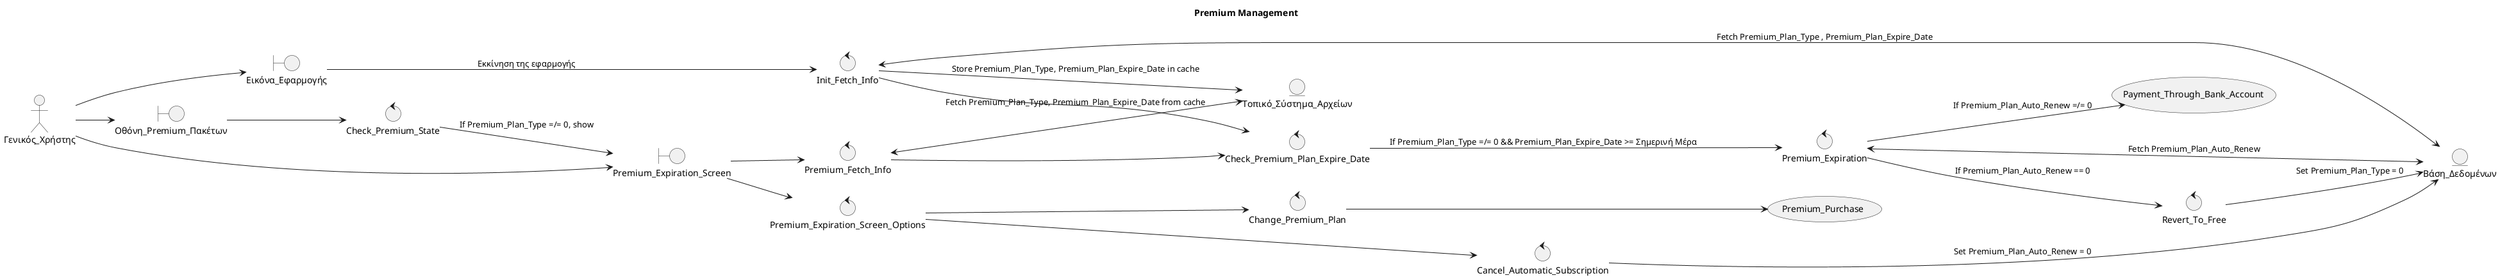
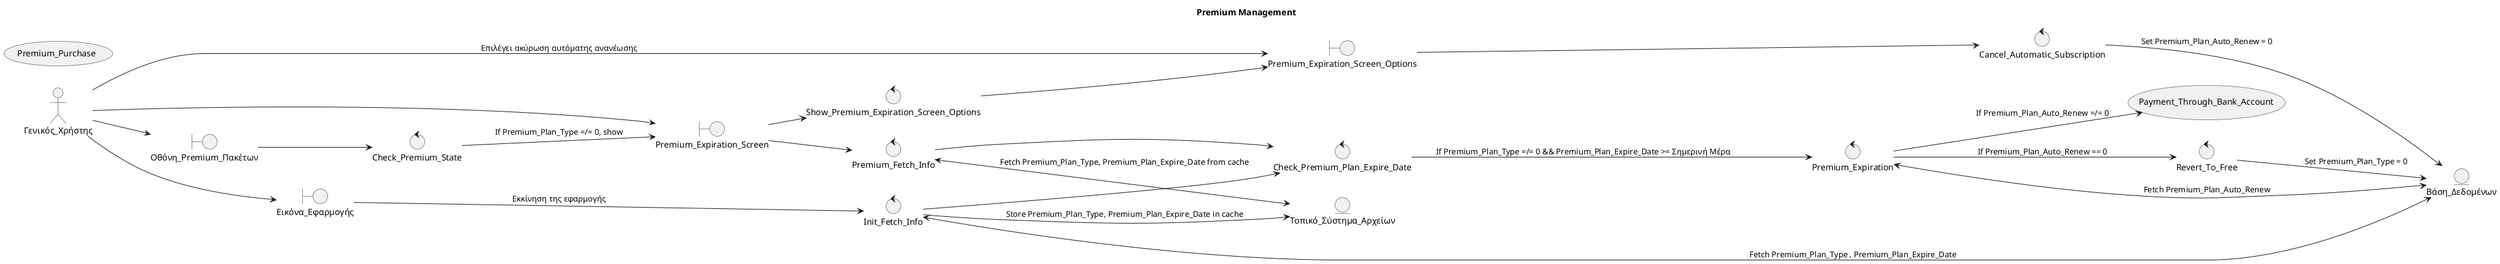
@startuml name

title Premium Management

left to right direction

skinparam shadowing false
skinparam roundcorner 10

' =====================================================
' ACTORS
' =====================================================

actor Γενικός_Χρήστης

' =====================================================
' BOUNDARY OBJECTS
' =====================================================

boundary Οθόνη_Premium_Πακέτων
boundary Premium_Expiration_Screen
boundary Εικόνα_Εφαρμογής
+ boundary Premium_Expiration_Screen_Options

' =====================================================
' CONTROL OBJECTS
' =====================================================

control Premium_Expiration
control Check_Premium_State
- control Premium_Expiration_Screen_Options
+ control Show_Premium_Expiration_Screen_Options
control Cancel_Automatic_Subscription
- control Change_Premium_Plan
control Check_Premium_Plan_Expire_Date
control Revert_To_Free
control Init_Fetch_Info
control Premium_Fetch_Info

' =====================================================
' ENTITY OBJECTS
' =====================================================

entity Βάση_Δεδομένων
entity Τοπικό_Σύστημα_Αρχείων

' =====================================================
' USE CASES
' =====================================================

usecase Payment_Through_Bank_Account
usecase Premium_Purchase

' =====================================================
' INTERACTIONS
' =====================================================

Γενικός_Χρήστης --> Οθόνη_Premium_Πακέτων
Οθόνη_Premium_Πακέτων --> Check_Premium_State
Check_Premium_State --> Premium_Expiration_Screen : If Premium_Plan_Type =/= 0, show
Γενικός_Χρήστης --> Premium_Expiration_Screen
Premium_Expiration_Screen --> Premium_Fetch_Info
Premium_Fetch_Info <--> Τοπικό_Σύστημα_Αρχείων: Fetch Premium_Plan_Type, Premium_Plan_Expire_Date from cache
Premium_Fetch_Info --> Check_Premium_Plan_Expire_Date
- Premium_Expiration_Screen --> Premium_Expiration_Screen_Options
+ Premium_Expiration_Screen --> Show_Premium_Expiration_Screen_Options
+ Show_Premium_Expiration_Screen_Options --> Premium_Expiration_Screen_Options
+ Γενικός_Χρήστης --> Premium_Expiration_Screen_Options : Επιλέγει ακύρωση αυτόματης ανανέωσης
Premium_Expiration_Screen_Options --> Cancel_Automatic_Subscription
Cancel_Automatic_Subscription --> Βάση_Δεδομένων : Set Premium_Plan_Auto_Renew = 0

- Premium_Expiration_Screen_Options --> Change_Premium_Plan
- Change_Premium_Plan --> Premium_Purchase

Γενικός_Χρήστης --> Εικόνα_Εφαρμογής
Εικόνα_Εφαρμογής --> Init_Fetch_Info : Εκκίνηση της εφαρμογής
Init_Fetch_Info <--> Βάση_Δεδομένων : Fetch Premium_Plan_Type , Premium_Plan_Expire_Date
Init_Fetch_Info --> Τοπικό_Σύστημα_Αρχείων : Store Premium_Plan_Type, Premium_Plan_Expire_Date in cache
Init_Fetch_Info --> Check_Premium_Plan_Expire_Date
Check_Premium_Plan_Expire_Date --> Premium_Expiration : If Premium_Plan_Type =/= 0 && Premium_Plan_Expire_Date >= Σημερινή Μέρα
Premium_Expiration <--> Βάση_Δεδομένων : Fetch Premium_Plan_Auto_Renew
Premium_Expiration --> Revert_To_Free : If Premium_Plan_Auto_Renew == 0
Premium_Expiration --> Payment_Through_Bank_Account : If Premium_Plan_Auto_Renew =/= 0
Revert_To_Free --> Βάση_Δεδομένων : Set Premium_Plan_Type = 0




@enduml